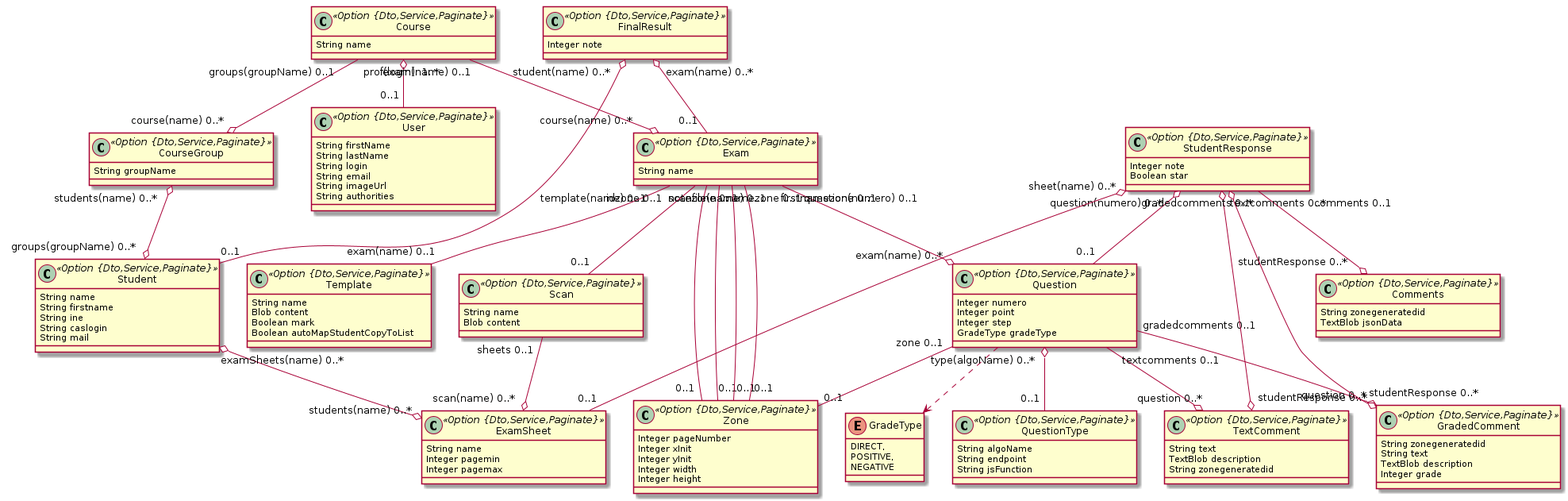
The PlantUML diagram model.png in correctexam/corrigeExamBack, before a commit.
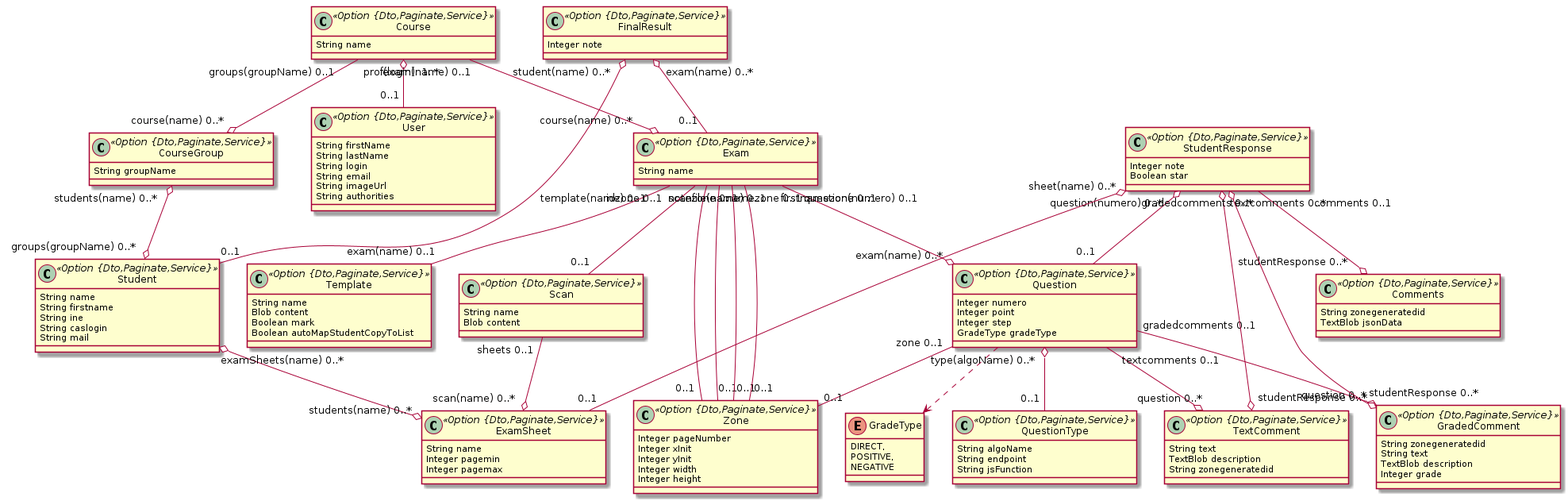
Above is the later version.

Diff of the diagram source:
```diff
@@ -1,28 +1,28 @@
 @startuml
 	!pragma syntax class
-	class Course <<Option {Dto,Service,Paginate}>> {
+	class Course <<Option {Dto,Paginate,Service}>> {
 		String name
 	}
-	class CourseGroup <<Option {Dto,Service,Paginate}>> {
+	class CourseGroup <<Option {Dto,Paginate,Service}>> {
 		String groupName
 	}
-	class Student <<Option {Dto,Service,Paginate}>> {
+	class Student <<Option {Dto,Paginate,Service}>> {
 		String name
 		String firstname
 		String ine
 		String caslogin
 		String mail
 	}
-	class Exam <<Option {Dto,Service,Paginate}>> {
+	class Exam <<Option {Dto,Paginate,Service}>> {
 		String name
 	}
-	class Template <<Option {Dto,Service,Paginate}>> {
+	class Template <<Option {Dto,Paginate,Service}>> {
 		String name
 		Blob content
 		Boolean mark
 		Boolean autoMapStudentCopyToList
 	}
-	class Question <<Option {Dto,Service,Paginate}>> {
+	class Question <<Option {Dto,Paginate,Service}>> {
 		Integer numero
 		Integer point
 		Integer step
@@ -34,43 +34,43 @@
 		POSITIVE,
 		NEGATIVE
 	}
-	class QuestionType <<Option {Dto,Service,Paginate}>> {
+	class QuestionType <<Option {Dto,Paginate,Service}>> {
 		String algoName
 		String endpoint
 		String jsFunction
 	}
-	class ExamSheet <<Option {Dto,Service,Paginate}>> {
+	class ExamSheet <<Option {Dto,Paginate,Service}>> {
 		String name
 		Integer pagemin
 		Integer pagemax
 	}
-	class Scan <<Option {Dto,Service,Paginate}>> {
+	class Scan <<Option {Dto,Paginate,Service}>> {
 		String name
 		Blob content
 	}
-	class FinalResult <<Option {Dto,Service,Paginate}>> {
+	class FinalResult <<Option {Dto,Paginate,Service}>> {
 		Integer note
 	}
-	class StudentResponse <<Option {Dto,Service,Paginate}>> {
+	class StudentResponse <<Option {Dto,Paginate,Service}>> {
 		Integer note
 		Boolean star
 	}
-	class TextComment <<Option {Dto,Service,Paginate}>> {
+	class TextComment <<Option {Dto,Paginate,Service}>> {
 		String text
 		TextBlob description
 		String zonegeneratedid
 	}
-	class GradedComment <<Option {Dto,Service,Paginate}>> {
+	class GradedComment <<Option {Dto,Paginate,Service}>> {
 		String zonegeneratedid
 		String text
 		TextBlob description
 		Integer grade
 	}
-	class Comments <<Option {Dto,Service,Paginate}>> {
+	class Comments <<Option {Dto,Paginate,Service}>> {
 		String zonegeneratedid
 		TextBlob jsonData
 	}
-	class Zone <<Option {Dto,Service,Paginate}>> {
+	class Zone <<Option {Dto,Paginate,Service}>> {
 		Integer pageNumber
 		Integer xInit
 		Integer yInit
@@ -101,7 +101,7 @@
 	Exam  "firstnamezone 0..1 " -- "0..1 "  Zone
 	Exam  "notezone 0..1 " -- "0..1 "  Zone
 	Exam  "scanfile(name) 0..1 " -- "0..1 "  Scan
-	class User <<Option {Dto,Service,Paginate}>> {
+	class User <<Option {Dto,Paginate,Service}>> {
 		String firstName
 		String lastName
 		String login
```
